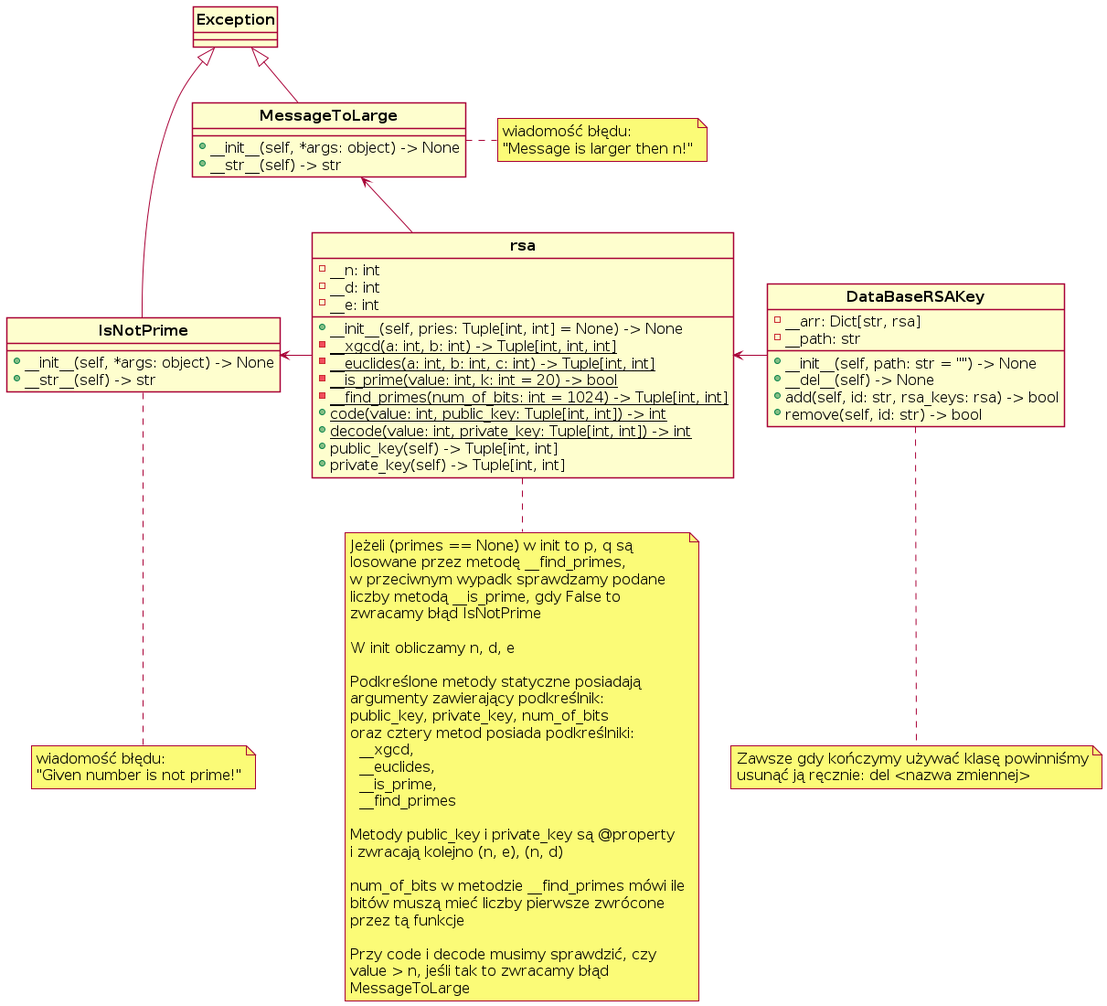
This is uml/rsaclasses.png from pakosiek/EKO-OKNA, a PlantUML export, as it was before one commit.
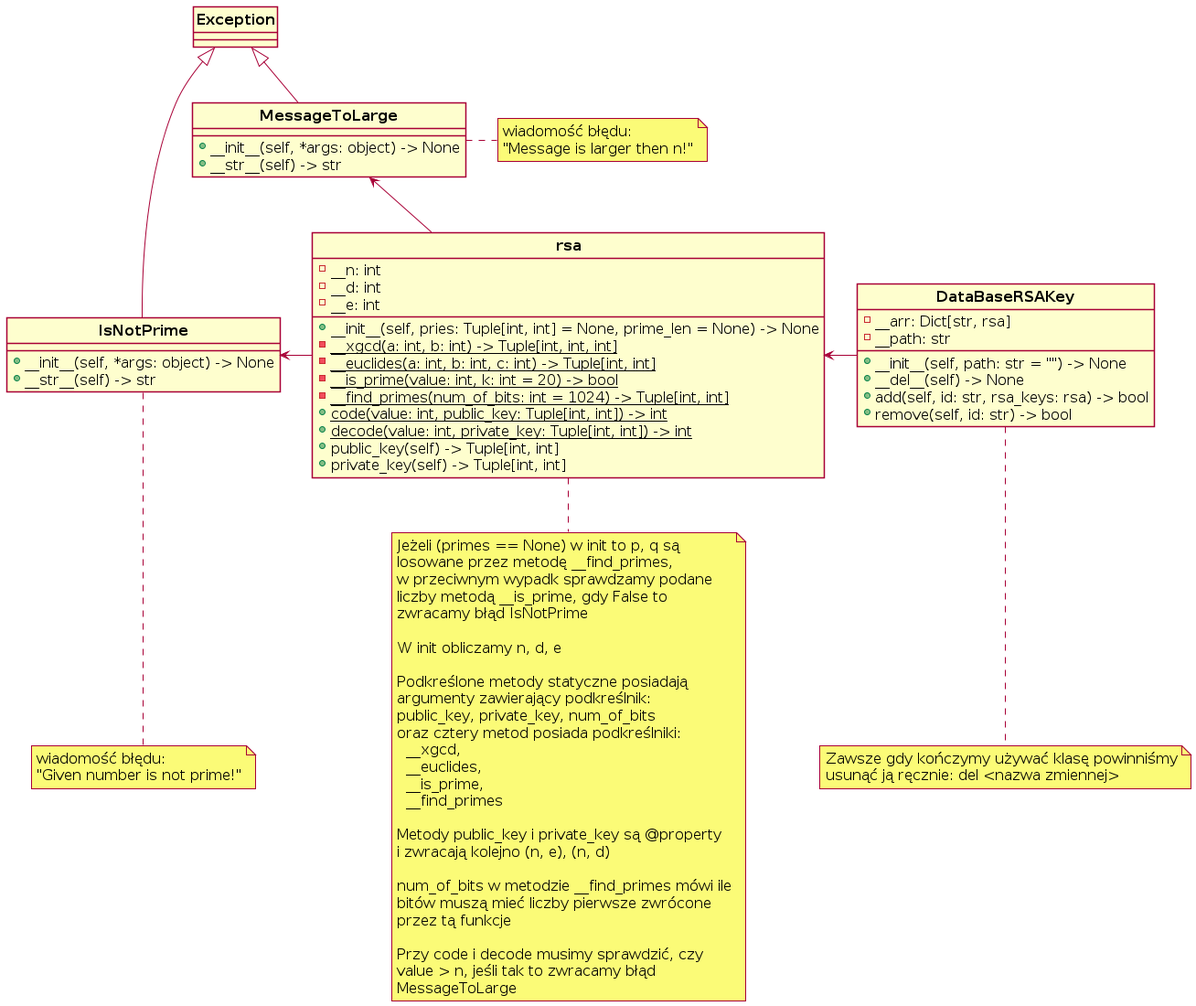
The same file after the commit.

Commit message:
obiecuje ostatnia poprawka, diagram + init rsa

Diff of the diagram source:
```diff
@@ -19,7 +19,7 @@
     {field} - __n: int
     {field} - __d: int
     {field} - __e: int
-    {method} + __init__(self, pries: Tuple[int, int] = None) -> None
+    {method} + __init__(self, pries: Tuple[int, int] = None, prime_len = None) -> None
     {static} - __xgcd(a: int, b: int) -> Tuple[int, int, int]
     {static} - __euclides(a: int, b: int, c: int) -> Tuple[int, int]
     {static} - __is_prime(value: int, k: int = 20) -> bool
```
